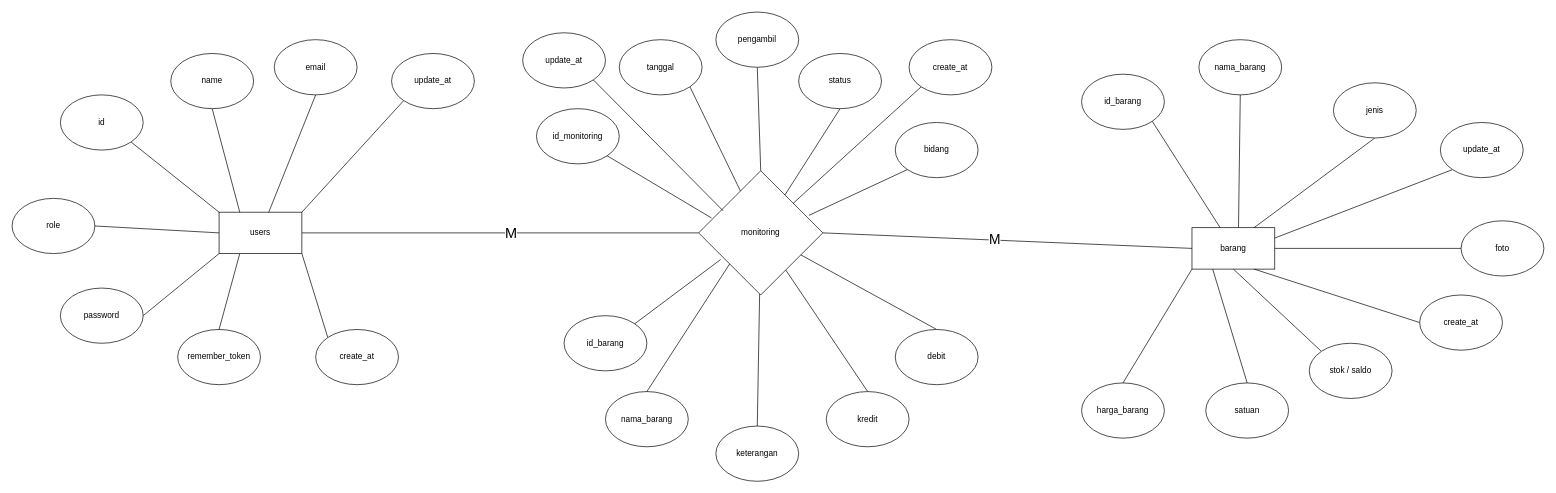
Above: page "ERD" (5 of 5) of docs/flow.drawio in Fakhrezy/sistem-mbp-paljaya (draw.io), before the change. Source tidied: cells renumbered, new cells numbered last; positions are measured from the earlier drawing's top-left corner, leaving out a move shared by most shapes. Both pictures are drawn from the tidied source at 69%, with x=0, y=0 at pixel (12, 12).
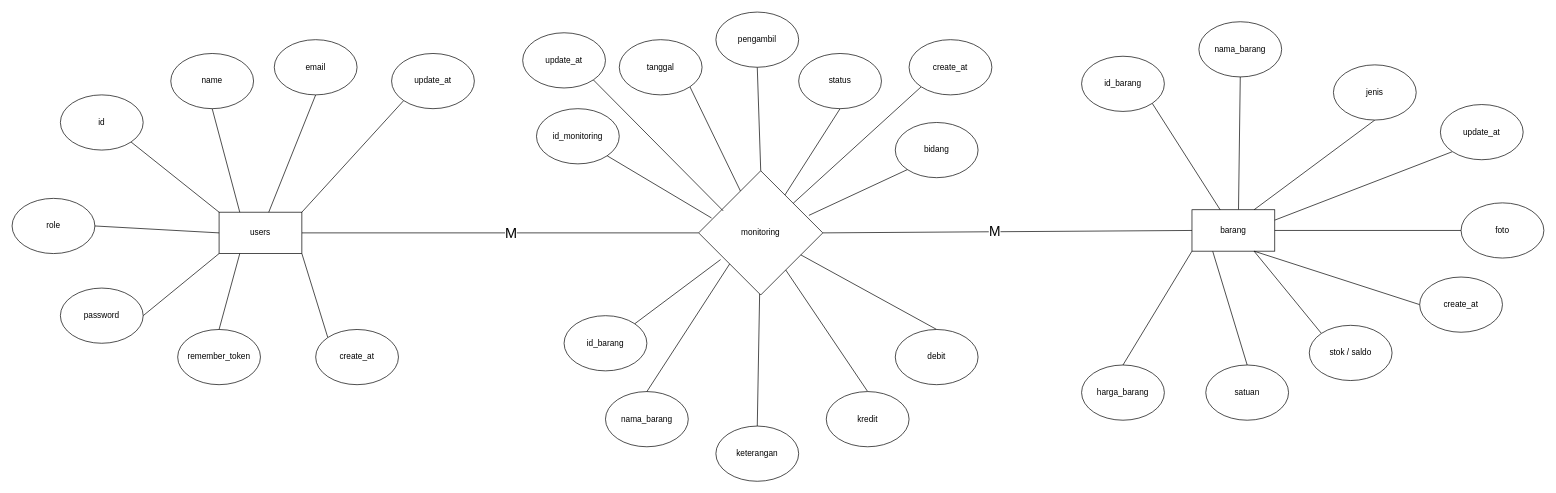
Above is the later version.

The edit, as a diff of the source:
```diff
@@
-    <mxCell id="37" style="edgeStyle=none;html=1;exitX=0.5;exitY=0;exitDx=0;exitDy=0;entryX=0.25;entryY=1;entryDx=0;entryDy=0;endArrow=none;endFill=0;" parent="1" edge="1" source="38" target="51">
-      <mxGeometry relative="1" as="geometry" />
-    </mxCell>
-    <mxCell id="38" value="satuan" style="ellipse;whiteSpace=wrap;html=1;" parent="1" vertex="1">
-      <mxGeometry x="1730" y="537.5" width="120" height="80" as="geometry" />
-    </mxCell>
@@
+    <mxCell id="68" style="group;" parent="1" vertex="1">
+      <mxGeometry x="1550" y="14" width="670" height="577.5" as="geometry" />
+    </mxCell>
+    <mxCell id="37" style="edgeStyle=none;html=1;exitX=0.5;exitY=0;exitDx=0;exitDy=0;entryX=0.25;entryY=1;entryDx=0;entryDy=0;endArrow=none;endFill=0;" parent="68" edge="1" source="38" target="51">
+      <mxGeometry relative="1" as="geometry" />
+    </mxCell>
+    <mxCell id="38" value="satuan" style="ellipse;whiteSpace=wrap;html=1;" parent="68" vertex="1">
+      <mxGeometry x="180" y="497.5" width="120" height="80" as="geometry" />
+    </mxCell>
-    <mxCell id="51" value="barang" style="rounded=0;whiteSpace=wrap;html=1;" parent="1" vertex="1">
-      <mxGeometry x="1710" y="312.5" width="120" height="60" as="geometry" />
+    <mxCell id="51" value="barang" style="rounded=0;whiteSpace=wrap;html=1;" parent="68" vertex="1">
+      <mxGeometry x="160" y="272.5" width="120" height="60" as="geometry" />
     </mxCell>
-    <mxCell id="52" style="edgeStyle=none;html=1;exitX=1;exitY=1;exitDx=0;exitDy=0;endArrow=none;endFill=0;" parent="1" edge="1" source="53" target="51">
+    <mxCell id="52" style="edgeStyle=none;html=1;exitX=1;exitY=1;exitDx=0;exitDy=0;endArrow=none;endFill=0;" parent="68" edge="1" source="53" target="51">
       <mxGeometry relative="1" as="geometry" />
     </mxCell>
-    <mxCell id="53" value="id_barang" style="ellipse;whiteSpace=wrap;html=1;" parent="1" vertex="1">
-      <mxGeometry x="1550" y="90" width="120" height="80" as="geometry" />
+    <mxCell id="53" value="id_barang" style="ellipse;whiteSpace=wrap;html=1;" parent="68" vertex="1">
+      <mxGeometry y="50" width="120" height="80" as="geometry" />
     </mxCell>
-    <mxCell id="54" value="nama_barang" style="ellipse;whiteSpace=wrap;html=1;" parent="1" vertex="1">
-      <mxGeometry x="1720" y="40" width="120" height="80" as="geometry" />
+    <mxCell id="54" value="nama_barang" style="ellipse;whiteSpace=wrap;html=1;" parent="68" vertex="1">
+      <mxGeometry x="170" width="120" height="80" as="geometry" />
     </mxCell>
-    <mxCell id="55" style="edgeStyle=none;html=1;exitX=0.5;exitY=0;exitDx=0;exitDy=0;entryX=0;entryY=1;entryDx=0;entryDy=0;endArrow=none;endFill=0;" parent="1" edge="1" source="56" target="51">
+    <mxCell id="55" style="edgeStyle=none;html=1;exitX=0.5;exitY=0;exitDx=0;exitDy=0;entryX=0;entryY=1;entryDx=0;entryDy=0;endArrow=none;endFill=0;" parent="68" edge="1" source="56" target="51">
       <mxGeometry relative="1" as="geometry" />
     </mxCell>
-    <mxCell id="56" value="harga_barang" style="ellipse;whiteSpace=wrap;html=1;" parent="1" vertex="1">
-      <mxGeometry x="1550" y="537.5" width="120" height="80" as="geometry" />
+    <mxCell id="56" value="harga_barang" style="ellipse;whiteSpace=wrap;html=1;" parent="68" vertex="1">
+      <mxGeometry y="497.5" width="120" height="80" as="geometry" />
     </mxCell>
-    <mxCell id="57" style="edgeStyle=none;html=1;exitX=0;exitY=0;exitDx=0;exitDy=0;entryX=0.5;entryY=1;entryDx=0;entryDy=0;endArrow=none;endFill=0;" parent="1" edge="1" source="58" target="51">
+    <mxCell id="57" style="edgeStyle=none;html=1;exitX=0;exitY=0;exitDx=0;exitDy=0;endArrow=none;endFill=0;entryX=0.75;entryY=1;entryDx=0;entryDy=0;" parent="68" edge="1" source="58" target="51">
       <mxGeometry relative="1" as="geometry" />
     </mxCell>
-    <mxCell id="58" value="stok / saldo" style="ellipse;whiteSpace=wrap;html=1;" parent="1" vertex="1">
-      <mxGeometry x="1880" y="480" width="120" height="80" as="geometry" />
+    <mxCell id="58" value="stok / saldo" style="ellipse;whiteSpace=wrap;html=1;" parent="68" vertex="1">
+      <mxGeometry x="330" y="440" width="120" height="80" as="geometry" />
     </mxCell>
-    <mxCell id="59" style="edgeStyle=none;html=1;exitX=0.5;exitY=1;exitDx=0;exitDy=0;entryX=0.75;entryY=0;entryDx=0;entryDy=0;endArrow=none;endFill=0;" parent="1" edge="1" source="60" target="51">
+    <mxCell id="59" style="edgeStyle=none;html=1;exitX=0.5;exitY=1;exitDx=0;exitDy=0;entryX=0.75;entryY=0;entryDx=0;entryDy=0;endArrow=none;endFill=0;" parent="68" edge="1" source="60" target="51">
       <mxGeometry relative="1" as="geometry" />
     </mxCell>
-    <mxCell id="60" value="jenis" style="ellipse;whiteSpace=wrap;html=1;" parent="1" vertex="1">
-      <mxGeometry x="1915" y="102.5" width="120" height="80" as="geometry" />
+    <mxCell id="60" value="jenis" style="ellipse;whiteSpace=wrap;html=1;" parent="68" vertex="1">
+      <mxGeometry x="365" y="62.5" width="120" height="80" as="geometry" />
     </mxCell>
-    <mxCell id="61" style="edgeStyle=none;html=1;exitX=0;exitY=0.5;exitDx=0;exitDy=0;entryX=1;entryY=0.5;entryDx=0;entryDy=0;endArrow=none;endFill=0;" parent="1" edge="1" source="62" target="51">
+    <mxCell id="61" style="edgeStyle=none;html=1;exitX=0;exitY=0.5;exitDx=0;exitDy=0;entryX=1;entryY=0.5;entryDx=0;entryDy=0;endArrow=none;endFill=0;" parent="68" edge="1" source="62" target="51">
       <mxGeometry relative="1" as="geometry" />
     </mxCell>
-    <mxCell id="62" value="foto" style="ellipse;whiteSpace=wrap;html=1;" parent="1" vertex="1">
-      <mxGeometry x="2100" y="302.5" width="120" height="80" as="geometry" />
+    <mxCell id="62" value="foto" style="ellipse;whiteSpace=wrap;html=1;" parent="68" vertex="1">
+      <mxGeometry x="550" y="262.5" width="120" height="80" as="geometry" />
     </mxCell>
-    <mxCell id="63" style="edgeStyle=none;html=1;exitX=0;exitY=0.5;exitDx=0;exitDy=0;entryX=0.75;entryY=1;entryDx=0;entryDy=0;endArrow=none;endFill=0;" parent="1" edge="1" source="64" target="51">
+    <mxCell id="63" style="edgeStyle=none;html=1;exitX=0;exitY=0.5;exitDx=0;exitDy=0;entryX=0.75;entryY=1;entryDx=0;entryDy=0;endArrow=none;endFill=0;" parent="68" edge="1" source="64" target="51">
       <mxGeometry relative="1" as="geometry" />
     </mxCell>
-    <mxCell id="64" value="create_at" style="ellipse;whiteSpace=wrap;html=1;" parent="1" vertex="1">
-      <mxGeometry x="2040" y="410" width="120" height="80" as="geometry" />
+    <mxCell id="64" value="create_at" style="ellipse;whiteSpace=wrap;html=1;" parent="68" vertex="1">
+      <mxGeometry x="490" y="370" width="120" height="80" as="geometry" />
     </mxCell>
-    <mxCell id="65" style="edgeStyle=none;html=1;exitX=0;exitY=1;exitDx=0;exitDy=0;entryX=1;entryY=0.25;entryDx=0;entryDy=0;endArrow=none;endFill=0;" parent="1" edge="1" source="66" target="51">
+    <mxCell id="65" style="edgeStyle=none;html=1;exitX=0;exitY=1;exitDx=0;exitDy=0;entryX=1;entryY=0.25;entryDx=0;entryDy=0;endArrow=none;endFill=0;" parent="68" edge="1" source="66" target="51">
       <mxGeometry relative="1" as="geometry" />
     </mxCell>
-    <mxCell id="66" value="update_at" style="ellipse;whiteSpace=wrap;html=1;" parent="1" vertex="1">
-      <mxGeometry x="2070" y="160" width="120" height="80" as="geometry" />
+    <mxCell id="66" value="update_at" style="ellipse;whiteSpace=wrap;html=1;" parent="68" vertex="1">
+      <mxGeometry x="520" y="120" width="120" height="80" as="geometry" />
     </mxCell>
-    <mxCell id="67" style="edgeStyle=none;html=1;exitX=0.5;exitY=1;exitDx=0;exitDy=0;entryX=0.562;entryY=-0.009;entryDx=0;entryDy=0;entryPerimeter=0;endArrow=none;endFill=0;" parent="1" edge="1" source="54" target="51">
+    <mxCell id="67" style="edgeStyle=none;html=1;exitX=0.5;exitY=1;exitDx=0;exitDy=0;entryX=0.562;entryY=-0.009;entryDx=0;entryDy=0;entryPerimeter=0;endArrow=none;endFill=0;" parent="68" edge="1" source="54" target="51">
       <mxGeometry relative="1" as="geometry" />
     </mxCell>
```
